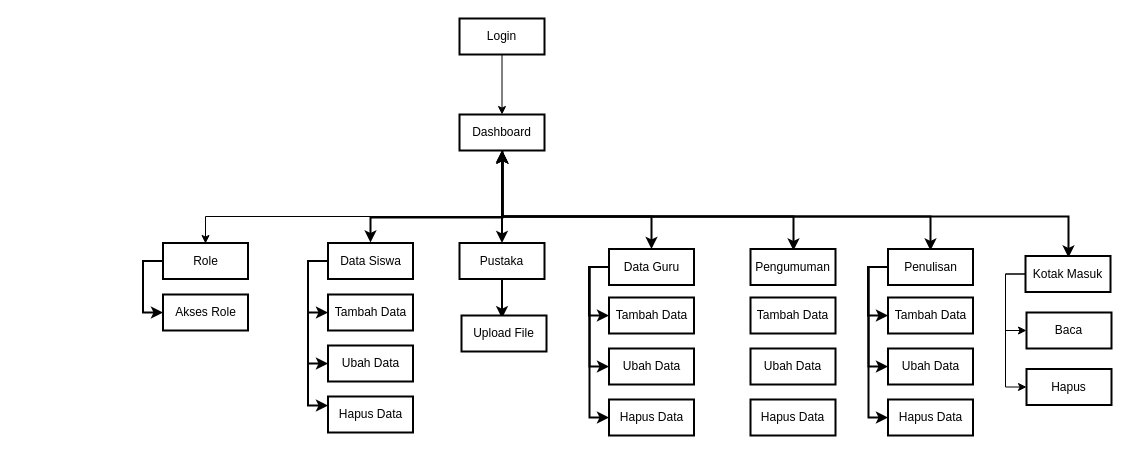
Above: page "Page-3" (3 of 4) of Untitled Diagram.drawio in aldonicolaz/siakad-petrus (draw.io), before the change. Source tidied: cells renumbered, new cells numbered last; positions are measured from the earlier drawing's top-left corner, leaving out a move shared by most shapes. Both pictures are drawn from the tidied source at 100%, with x=0, y=0 at pixel (162, 18).
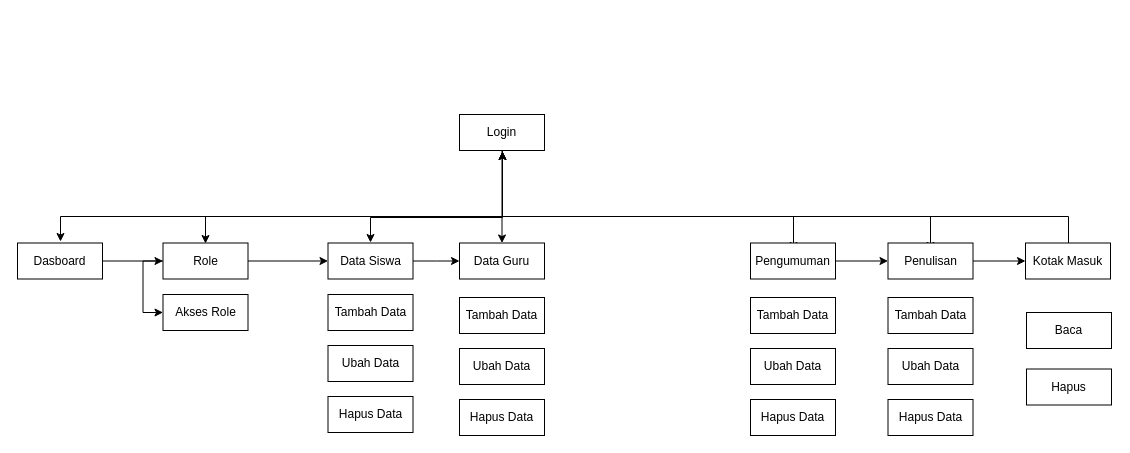
The same page after the edit.

What changed in the source:
```diff
@@
-    <mxCell id="2" style="edgeStyle=orthogonalEdgeStyle;rounded=0;orthogonalLoop=1;jettySize=auto;html=1;entryX=0.5;entryY=0;entryDx=0;entryDy=0;strokeWidth=2;" parent="1" edge="1">
+    <mxCell id="2" style="edgeStyle=orthogonalEdgeStyle;rounded=0;orthogonalLoop=1;jettySize=auto;html=1;entryX=0.5;entryY=0;entryDx=0;entryDy=0;strokeWidth=1;" parent="1" edge="1">
       <mxGeometry relative="1" as="geometry">
         <mxPoint x="340" y="131" as="sourcePoint" />
         <mxPoint x="208" y="224" as="targetPoint" />
         <Array as="points">
           <mxPoint x="340" y="199" />
           <mxPoint x="208" y="199" />
         </Array>
       </mxGeometry>
     </mxCell>
-    <mxCell id="3" style="edgeStyle=orthogonalEdgeStyle;rounded=0;jettySize=auto;html=1;strokeWidth=2;startArrow=classic;startFill=1;" parent="1" edge="1" source="9" target="17">
-      <mxGeometry relative="1" as="geometry" />
-    </mxCell>
-    <mxCell id="4" style="edgeStyle=orthogonalEdgeStyle;rounded=0;jettySize=auto;html=1;strokeWidth=2;startArrow=classic;startFill=1;" parent="1" edge="1" source="9" target="21">
-      <mxGeometry relative="1" as="geometry">
-        <Array as="points">
-          <mxPoint x="340" y="198" />
-          <mxPoint x="489" y="198" />
-        </Array>
-      </mxGeometry>
-    </mxCell>
-    <mxCell id="5" style="edgeStyle=orthogonalEdgeStyle;rounded=0;orthogonalLoop=1;jettySize=auto;html=1;entryX=0.5;entryY=0;entryDx=0;entryDy=0;strokeWidth=2;startArrow=classic;startFill=1;" parent="1" edge="1">
+    <mxCell id="5" style="edgeStyle=orthogonalEdgeStyle;rounded=0;orthogonalLoop=1;jettySize=auto;html=1;entryX=0.5;entryY=0;entryDx=0;entryDy=0;strokeWidth=1;startArrow=classic;startFill=1;" parent="1" edge="1">
       <mxGeometry relative="1" as="geometry">
         <mxPoint x="340" y="133" as="sourcePoint" />
         <mxPoint x="631" y="232" as="targetPoint" />
         <Array as="points">
           <mxPoint x="340" y="198" />
           <mxPoint x="631" y="198" />
         </Array>
       </mxGeometry>
     </mxCell>
-    <mxCell id="6" style="edgeStyle=orthogonalEdgeStyle;rounded=0;orthogonalLoop=1;jettySize=auto;html=1;entryX=0.5;entryY=0;entryDx=0;entryDy=0;strokeWidth=2;startArrow=classic;startFill=1;" parent="1" edge="1">
+    <mxCell id="6" style="edgeStyle=orthogonalEdgeStyle;rounded=0;orthogonalLoop=1;jettySize=auto;html=1;entryX=0.5;entryY=0;entryDx=0;entryDy=0;strokeWidth=1;startArrow=classic;startFill=1;" parent="1" edge="1">
       <mxGeometry relative="1" as="geometry">
         <mxPoint x="340" y="133" as="sourcePoint" />
         <mxPoint x="768" y="232" as="targetPoint" />
         <Array as="points">
           <mxPoint x="340" y="198" />
           <mxPoint x="768" y="198" />
         </Array>
       </mxGeometry>
     </mxCell>
-    <mxCell id="7" style="edgeStyle=orthogonalEdgeStyle;rounded=0;orthogonalLoop=1;jettySize=auto;html=1;strokeWidth=2;entryX=0.5;entryY=0;entryDx=0;entryDy=0;startArrow=classic;startFill=1;" parent="1" edge="1">
+    <mxCell id="7" style="edgeStyle=orthogonalEdgeStyle;rounded=0;orthogonalLoop=1;jettySize=auto;html=1;strokeWidth=1;entryX=0.5;entryY=0;entryDx=0;entryDy=0;startArrow=classic;startFill=1;" parent="1" edge="1">
       <mxGeometry relative="1" as="geometry">
         <mxPoint x="340" y="133" as="sourcePoint" />
         <mxPoint x="906" y="239" as="targetPoint" />
         <Array as="points">
           <mxPoint x="340" y="198" />
           <mxPoint x="906" y="198" />
           <mxPoint x="906" y="232" />
         </Array>
       </mxGeometry>
     </mxCell>
-    <mxCell id="8" style="edgeStyle=orthogonalEdgeStyle;rounded=0;orthogonalLoop=1;jettySize=auto;html=1;entryX=0.5;entryY=0;entryDx=0;entryDy=0;startArrow=none;startFill=0;" parent="1" edge="1">
+    <mxCell id="8" style="edgeStyle=orthogonalEdgeStyle;rounded=0;orthogonalLoop=1;jettySize=auto;html=1;entryX=0.5;entryY=0;entryDx=0;entryDy=0;startArrow=none;startFill=0;strokeWidth=1;" parent="1" edge="1">
       <mxGeometry relative="1" as="geometry">
         <mxPoint x="340" y="132" as="sourcePoint" />
         <mxPoint x="43" y="225" as="targetPoint" />
         <Array as="points">
           <mxPoint x="340" y="198" />
           <mxPoint x="43" y="198" />
         </Array>
       </mxGeometry>
     </mxCell>
+    <mxCell id="48" style="edgeStyle=orthogonalEdgeStyle;rounded=0;orthogonalLoop=1;jettySize=auto;html=1;entryX=0.5;entryY=0;entryDx=0;entryDy=0;strokeWidth=1;" parent="1" edge="1">
+      <mxGeometry relative="1" as="geometry">
+        <mxPoint x="340" y="130" as="sourcePoint" />
+        <mxPoint x="-102" y="223" as="targetPoint" />
+        <Array as="points">
+          <mxPoint x="340" y="198" />
+          <mxPoint x="-102" y="198" />
+        </Array>
+      </mxGeometry>
+    </mxCell>
+    <mxCell id="4" style="edgeStyle=orthogonalEdgeStyle;rounded=0;jettySize=auto;html=1;strokeWidth=1;" parent="1" edge="1" source="9" target="21">
+      <mxGeometry relative="1" as="geometry" />
+    </mxCell>
-    <mxCell id="9" value="Dashboard" style="rounded=0;whiteSpace=wrap;html=1;strokeWidth=2;" parent="1" vertex="1">
+    <mxCell id="9" value="Login&lt;br&gt;" style="rounded=0;whiteSpace=wrap;html=1;strokeWidth=1;" parent="1" vertex="1">
       <mxGeometry x="297" y="96" width="85" height="36" as="geometry" />
     </mxCell>
-    <mxCell id="10" style="edgeStyle=orthogonalEdgeStyle;rounded=0;jettySize=auto;html=1;entryX=0;entryY=0.5;entryDx=0;entryDy=0;strokeWidth=2;exitX=0;exitY=0.5;exitDx=0;exitDy=0;" parent="1" edge="1" source="11" target="30">
+    <mxCell id="10" style="edgeStyle=orthogonalEdgeStyle;rounded=0;jettySize=auto;html=1;entryX=0;entryY=0.5;entryDx=0;entryDy=0;strokeWidth=1;exitX=0;exitY=0.5;exitDx=0;exitDy=0;" parent="1" edge="1" source="11" target="30">
       <mxGeometry relative="1" as="geometry" />
     </mxCell>
+    <mxCell id="49" style="edgeStyle=orthogonalEdgeStyle;rounded=0;jettySize=auto;html=1;entryX=0;entryY=0.5;entryDx=0;entryDy=0;strokeWidth=1;" parent="1" edge="1" source="11" target="15">
+      <mxGeometry relative="1" as="geometry" />
+    </mxCell>
-    <mxCell id="11" value="Role" style="rounded=0;whiteSpace=wrap;html=1;strokeWidth=2;" parent="1" vertex="1">
+    <mxCell id="11" value="Role" style="rounded=0;whiteSpace=wrap;html=1;strokeWidth=1;" parent="1" vertex="1">
       <mxGeometry x="0.5" y="224.5" width="85" height="36" as="geometry" />
     </mxCell>
-    <mxCell id="12" style="edgeStyle=orthogonalEdgeStyle;rounded=0;jettySize=auto;html=1;entryX=0;entryY=0.5;entryDx=0;entryDy=0;exitX=0;exitY=0.5;exitDx=0;exitDy=0;strokeWidth=2;" parent="1" edge="1" source="15" target="31">
-      <mxGeometry relative="1" as="geometry" />
-    </mxCell>
-    <mxCell id="13" style="edgeStyle=orthogonalEdgeStyle;rounded=0;jettySize=auto;html=1;entryX=0;entryY=0.5;entryDx=0;entryDy=0;strokeWidth=2;" parent="1" edge="1" source="15" target="32">
-      <mxGeometry relative="1" as="geometry">
-        <Array as="points">
-          <mxPoint x="145.5" y="243" />
-          <mxPoint x="145.5" y="345" />
-        </Array>
-      </mxGeometry>
-    </mxCell>
-    <mxCell id="14" style="edgeStyle=orthogonalEdgeStyle;rounded=0;jettySize=auto;html=1;entryX=0;entryY=0.25;entryDx=0;entryDy=0;strokeWidth=2;" parent="1" edge="1" source="15" target="33">
-      <mxGeometry relative="1" as="geometry">
-        <Array as="points">
-          <mxPoint x="145.5" y="243" />
-          <mxPoint x="145.5" y="387" />
-        </Array>
-      </mxGeometry>
-    </mxCell>
+    <mxCell id="50" style="edgeStyle=orthogonalEdgeStyle;rounded=0;jettySize=auto;html=1;strokeWidth=1;" parent="1" edge="1" source="15">
+      <mxGeometry relative="1" as="geometry">
+        <mxPoint x="297" y="242.5" as="targetPoint" />
+      </mxGeometry>
+    </mxCell>
-    <mxCell id="15" value="Data Siswa" style="rounded=0;whiteSpace=wrap;html=1;strokeWidth=2;" parent="1" vertex="1">
+    <mxCell id="15" value="Data Siswa" style="rounded=0;whiteSpace=wrap;html=1;strokeWidth=1;" parent="1" vertex="1">
       <mxGeometry x="165.5" y="224.5" width="85" height="36" as="geometry" />
     </mxCell>
-    <mxCell id="16" style="edgeStyle=orthogonalEdgeStyle;rounded=0;jettySize=auto;html=1;strokeWidth=2;" parent="1" edge="1" source="17">
-      <mxGeometry relative="1" as="geometry">
-        <mxPoint x="339.5" y="299.7" as="targetPoint" />
-      </mxGeometry>
-    </mxCell>
-    <mxCell id="17" value="Pustaka" style="rounded=0;whiteSpace=wrap;html=1;strokeWidth=2;" parent="1" vertex="1">
-      <mxGeometry x="297" y="224.5" width="85" height="36" as="geometry" />
-    </mxCell>
-    <mxCell id="18" style="edgeStyle=orthogonalEdgeStyle;rounded=0;jettySize=auto;html=1;entryX=0;entryY=0.5;entryDx=0;entryDy=0;exitX=0;exitY=0.5;exitDx=0;exitDy=0;strokeWidth=2;" parent="1" edge="1" source="21" target="34">
-      <mxGeometry relative="1" as="geometry" />
-    </mxCell>
-    <mxCell id="19" style="edgeStyle=orthogonalEdgeStyle;rounded=0;jettySize=auto;html=1;entryX=0;entryY=0.5;entryDx=0;entryDy=0;strokeWidth=2;" parent="1" edge="1" source="21" target="35">
-      <mxGeometry relative="1" as="geometry">
-        <Array as="points">
-          <mxPoint x="427" y="249" />
-          <mxPoint x="427" y="348" />
-        </Array>
-      </mxGeometry>
-    </mxCell>
-    <mxCell id="20" style="edgeStyle=orthogonalEdgeStyle;rounded=0;jettySize=auto;html=1;entryX=0;entryY=0.5;entryDx=0;entryDy=0;strokeWidth=2;" parent="1" edge="1" source="21" target="36">
-      <mxGeometry relative="1" as="geometry">
-        <Array as="points">
-          <mxPoint x="427" y="249" />
-          <mxPoint x="427" y="399" />
-        </Array>
-      </mxGeometry>
-    </mxCell>
-    <mxCell id="21" value="Data Guru" style="rounded=0;whiteSpace=wrap;html=1;strokeWidth=2;" parent="1" vertex="1">
-      <mxGeometry x="446.5" y="230.5" width="85" height="36" as="geometry" />
+    <mxCell id="21" value="Data Guru" style="rounded=0;whiteSpace=wrap;html=1;strokeWidth=1;" parent="1" vertex="1">
+      <mxGeometry x="297" y="224.5" width="85" height="36" as="geometry" />
     </mxCell>
+    <mxCell id="51" style="edgeStyle=orthogonalEdgeStyle;rounded=0;jettySize=auto;html=1;strokeWidth=1;" parent="1" edge="1" source="22" target="26">
+      <mxGeometry relative="1" as="geometry" />
+    </mxCell>
-    <mxCell id="22" value="Pengumuman" style="rounded=0;whiteSpace=wrap;html=1;strokeWidth=2;" parent="1" vertex="1">
-      <mxGeometry x="588" y="230.5" width="85" height="36" as="geometry" />
+    <mxCell id="22" value="Pengumuman" style="rounded=0;whiteSpace=wrap;html=1;strokeWidth=1;" parent="1" vertex="1">
+      <mxGeometry x="588" y="224.5" width="85" height="36" as="geometry" />
     </mxCell>
-    <mxCell id="23" style="edgeStyle=orthogonalEdgeStyle;rounded=0;jettySize=auto;html=1;entryX=0;entryY=0.5;entryDx=0;entryDy=0;exitX=0;exitY=0.5;exitDx=0;exitDy=0;strokeWidth=2;" parent="1" edge="1" source="26" target="40">
-      <mxGeometry relative="1" as="geometry" />
-    </mxCell>
-    <mxCell id="24" style="edgeStyle=orthogonalEdgeStyle;rounded=0;jettySize=auto;html=1;entryX=0;entryY=0.5;entryDx=0;entryDy=0;strokeWidth=2;" parent="1" edge="1" source="26" target="41">
-      <mxGeometry relative="1" as="geometry">
-        <Array as="points">
-          <mxPoint x="706" y="249" />
-          <mxPoint x="706" y="348" />
-        </Array>
-      </mxGeometry>
-    </mxCell>
-    <mxCell id="25" style="edgeStyle=orthogonalEdgeStyle;rounded=0;jettySize=auto;html=1;entryX=0;entryY=0.5;entryDx=0;entryDy=0;strokeWidth=2;" parent="1" edge="1" source="26" target="42">
-      <mxGeometry relative="1" as="geometry">
-        <Array as="points">
-          <mxPoint x="706" y="249" />
-          <mxPoint x="706" y="399" />
-        </Array>
-      </mxGeometry>
-    </mxCell>
+    <mxCell id="52" style="edgeStyle=orthogonalEdgeStyle;rounded=0;jettySize=auto;html=1;strokeWidth=1;" parent="1" edge="1" source="26" target="29">
+      <mxGeometry relative="1" as="geometry" />
+    </mxCell>
-    <mxCell id="26" value="Penulisan" style="rounded=0;whiteSpace=wrap;html=1;strokeWidth=2;" parent="1" vertex="1">
-      <mxGeometry x="725.5" y="230.5" width="85" height="36" as="geometry" />
+    <mxCell id="26" value="Penulisan" style="rounded=0;whiteSpace=wrap;html=1;strokeWidth=1;" parent="1" vertex="1">
+      <mxGeometry x="725.5" y="224.5" width="85" height="36" as="geometry" />
     </mxCell>
-    <mxCell id="27" style="edgeStyle=orthogonalEdgeStyle;rounded=0;jettySize=auto;html=1;entryX=0;entryY=0.5;entryDx=0;entryDy=0;exitX=0;exitY=0.5;exitDx=0;exitDy=0;" parent="1" edge="1" source="29" target="44">
-      <mxGeometry relative="1" as="geometry" />
-    </mxCell>
-    <mxCell id="28" style="edgeStyle=orthogonalEdgeStyle;rounded=0;jettySize=auto;html=1;entryX=0;entryY=0.5;entryDx=0;entryDy=0;exitX=0;exitY=0.5;exitDx=0;exitDy=0;" parent="1" edge="1" source="29" target="45">
-      <mxGeometry relative="1" as="geometry" />
-    </mxCell>
-    <mxCell id="29" value="Kotak Masuk" style="rounded=0;whiteSpace=wrap;html=1;strokeWidth=2;" parent="1" vertex="1">
-      <mxGeometry x="863" y="237.5" width="85" height="36" as="geometry" />
+    <mxCell id="29" value="Kotak Masuk" style="rounded=0;whiteSpace=wrap;html=1;strokeWidth=1;" parent="1" vertex="1">
+      <mxGeometry x="863" y="224.5" width="85" height="36" as="geometry" />
     </mxCell>
-    <mxCell id="30" value="Akses Role" style="rounded=0;whiteSpace=wrap;html=1;strokeWidth=2;" parent="1" vertex="1">
+    <mxCell id="30" value="Akses Role" style="rounded=0;whiteSpace=wrap;html=1;strokeWidth=1;" parent="1" vertex="1">
       <mxGeometry x="0.5" y="276" width="85" height="36" as="geometry" />
     </mxCell>
-    <mxCell id="31" value="Tambah Data" style="rounded=0;whiteSpace=wrap;html=1;strokeWidth=2;" parent="1" vertex="1">
+    <mxCell id="31" value="Tambah Data" style="rounded=0;whiteSpace=wrap;html=1;strokeWidth=1;" parent="1" vertex="1">
       <mxGeometry x="165.5" y="276" width="85" height="36" as="geometry" />
     </mxCell>
-    <mxCell id="32" value="Ubah Data" style="rounded=0;whiteSpace=wrap;html=1;strokeWidth=2;" parent="1" vertex="1">
+    <mxCell id="32" value="Ubah Data" style="rounded=0;whiteSpace=wrap;html=1;strokeWidth=1;" parent="1" vertex="1">
       <mxGeometry x="165.5" y="327" width="85" height="36" as="geometry" />
     </mxCell>
-    <mxCell id="33" value="Hapus Data" style="rounded=0;whiteSpace=wrap;html=1;strokeWidth=2;" parent="1" vertex="1">
+    <mxCell id="33" value="Hapus Data" style="rounded=0;whiteSpace=wrap;html=1;strokeWidth=1;" parent="1" vertex="1">
       <mxGeometry x="165.5" y="378" width="85" height="36" as="geometry" />
     </mxCell>
-    <mxCell id="34" value="Tambah Data" style="rounded=0;whiteSpace=wrap;html=1;strokeWidth=2;" parent="1" vertex="1">
-      <mxGeometry x="446.5" y="279" width="85" height="36" as="geometry" />
+    <mxCell id="34" value="Tambah Data" style="rounded=0;whiteSpace=wrap;html=1;strokeWidth=1;" parent="1" vertex="1">
+      <mxGeometry x="297" y="279" width="85" height="36" as="geometry" />
     </mxCell>
-    <mxCell id="35" value="Ubah Data" style="rounded=0;whiteSpace=wrap;html=1;strokeWidth=2;" parent="1" vertex="1">
-      <mxGeometry x="446.5" y="330" width="85" height="36" as="geometry" />
+    <mxCell id="35" value="Ubah Data" style="rounded=0;whiteSpace=wrap;html=1;strokeWidth=1;" parent="1" vertex="1">
+      <mxGeometry x="297" y="330" width="85" height="36" as="geometry" />
     </mxCell>
-    <mxCell id="36" value="Hapus Data" style="rounded=0;whiteSpace=wrap;html=1;strokeWidth=2;" parent="1" vertex="1">
-      <mxGeometry x="446.5" y="381" width="85" height="36" as="geometry" />
+    <mxCell id="36" value="Hapus Data" style="rounded=0;whiteSpace=wrap;html=1;strokeWidth=1;" parent="1" vertex="1">
+      <mxGeometry x="297" y="381" width="85" height="36" as="geometry" />
     </mxCell>
-    <mxCell id="37" value="Tambah Data" style="rounded=0;whiteSpace=wrap;html=1;strokeWidth=2;" parent="1" vertex="1">
+    <mxCell id="37" value="Tambah Data" style="rounded=0;whiteSpace=wrap;html=1;strokeWidth=1;" parent="1" vertex="1">
       <mxGeometry x="588" y="279" width="85" height="36" as="geometry" />
     </mxCell>
-    <mxCell id="38" value="Ubah Data" style="rounded=0;whiteSpace=wrap;html=1;strokeWidth=2;" parent="1" vertex="1">
+    <mxCell id="38" value="Ubah Data" style="rounded=0;whiteSpace=wrap;html=1;strokeWidth=1;" parent="1" vertex="1">
       <mxGeometry x="588" y="330" width="85" height="36" as="geometry" />
     </mxCell>
-    <mxCell id="39" value="Hapus Data" style="rounded=0;whiteSpace=wrap;html=1;strokeWidth=2;" parent="1" vertex="1">
+    <mxCell id="39" value="Hapus Data" style="rounded=0;whiteSpace=wrap;html=1;strokeWidth=1;" parent="1" vertex="1">
       <mxGeometry x="588" y="381" width="85" height="36" as="geometry" />
     </mxCell>
-    <mxCell id="40" value="Tambah Data" style="rounded=0;whiteSpace=wrap;html=1;strokeWidth=2;" parent="1" vertex="1">
+    <mxCell id="40" value="Tambah Data" style="rounded=0;whiteSpace=wrap;html=1;strokeWidth=1;" parent="1" vertex="1">
       <mxGeometry x="725.5" y="279" width="85" height="36" as="geometry" />
     </mxCell>
-    <mxCell id="41" value="Ubah Data" style="rounded=0;whiteSpace=wrap;html=1;strokeWidth=2;" parent="1" vertex="1">
+    <mxCell id="41" value="Ubah Data" style="rounded=0;whiteSpace=wrap;html=1;strokeWidth=1;" parent="1" vertex="1">
       <mxGeometry x="725.5" y="330" width="85" height="36" as="geometry" />
     </mxCell>
-    <mxCell id="42" value="Hapus Data" style="rounded=0;whiteSpace=wrap;html=1;strokeWidth=2;" parent="1" vertex="1">
+    <mxCell id="42" value="Hapus Data" style="rounded=0;whiteSpace=wrap;html=1;strokeWidth=1;" parent="1" vertex="1">
       <mxGeometry x="725.5" y="381" width="85" height="36" as="geometry" />
     </mxCell>
-    <mxCell id="43" value="Upload File" style="rounded=0;whiteSpace=wrap;html=1;strokeWidth=2;" parent="1" vertex="1">
-      <mxGeometry x="299" y="297" width="85" height="36" as="geometry" />
-    </mxCell>
-    <mxCell id="44" value="Baca" style="rounded=0;whiteSpace=wrap;html=1;strokeWidth=2;" parent="1" vertex="1">
+    <mxCell id="44" value="Baca" style="rounded=0;whiteSpace=wrap;html=1;strokeWidth=1;" parent="1" vertex="1">
       <mxGeometry x="864" y="294" width="85" height="36" as="geometry" />
     </mxCell>
-    <mxCell id="45" value="Hapus" style="rounded=0;whiteSpace=wrap;html=1;strokeWidth=2;" parent="1" vertex="1">
+    <mxCell id="45" value="Hapus" style="rounded=0;whiteSpace=wrap;html=1;strokeWidth=1;" parent="1" vertex="1">
       <mxGeometry x="864" y="350.5" width="85" height="36" as="geometry" />
     </mxCell>
-    <mxCell id="46" style="edgeStyle=orthogonalEdgeStyle;rounded=0;jettySize=auto;html=1;entryX=0.5;entryY=0;entryDx=0;entryDy=0;startArrow=none;startFill=0;" parent="1" edge="1" source="47" target="9">
-      <mxGeometry relative="1" as="geometry" />
-    </mxCell>
+    <mxCell id="53" style="edgeStyle=orthogonalEdgeStyle;rounded=0;jettySize=auto;html=1;strokeWidth=1;" parent="1" edge="1" source="47" target="11">
+      <mxGeometry relative="1" as="geometry" />
+    </mxCell>
-    <mxCell id="47" value="Login" style="rounded=0;whiteSpace=wrap;html=1;strokeWidth=2;" parent="1" vertex="1">
-      <mxGeometry x="297" width="85" height="36" as="geometry" />
+    <mxCell id="47" value="Dasboard" style="rounded=0;whiteSpace=wrap;html=1;strokeWidth=1;" parent="1" vertex="1">
+      <mxGeometry x="-145" y="224.5" width="85" height="36" as="geometry" />
     </mxCell>
```
